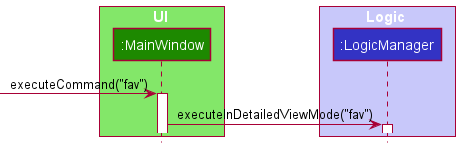
This is docs/images/detailedview/DetailedViewExecutionState1.png from weijuey/tp, a PlantUML export, as it was before one commit. Its diagram source:
```plantuml
@startuml
!include ../style.puml

Box UI UI_COLOR_T1
participant ":MainWindow" as MainWindow UI_COLOR

Box Logic LOGIC_COLOR_T1
participant ":LogicManager" as LogicManager LOGIC_COLOR
end box

[-> MainWindow : executeCommand("fav")
activate MainWindow

MainWindow -> LogicManager : executeInDetailedViewMode("fav")
activate LogicManager

@enduml
```
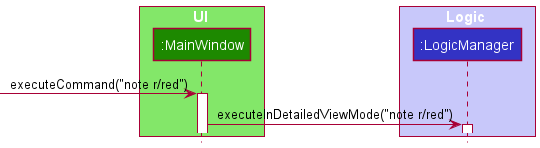
The same diagram one commit later.

The edit, as a diff of the source:
```diff
@@ -8,10 +8,10 @@
 participant ":LogicManager" as LogicManager LOGIC_COLOR
 end box
 
-[-> MainWindow : executeCommand("fav")
+[-> MainWindow : executeCommand("note r/red")
 activate MainWindow
 
-MainWindow -> LogicManager : executeInDetailedViewMode("fav")
+MainWindow -> LogicManager : executeInDetailedViewMode("note r/red")
 activate LogicManager
 
 @enduml
```
